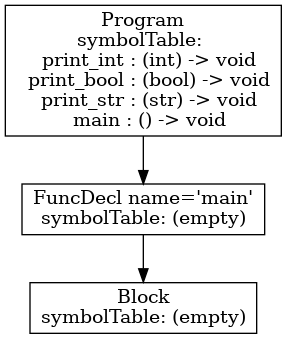
Before: p3-analysis/ast.png, a diagram exported from Graphviz (tran3jm/f22_compilers). Its source is kept beside it as p3-analysis/ast.dot.
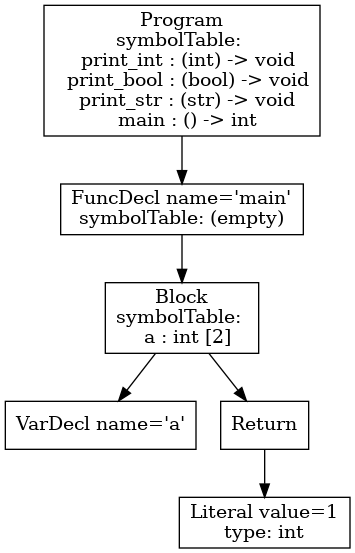
The same diagram one commit later.

Change to the diagram source:
```diff
@@ -1,7 +1,13 @@
 digraph AST {
-2 [shape=box, label="Block\nsymbolTable: (empty)"];
+3 [shape=box, label="VarDecl name='a'"];
+5 [shape=box, label="Literal value=1\ntype: int"];
+4 [shape=box, label="Return"];
+4 -> 5;
+2 [shape=box, label="Block\nsymbolTable: \n  a : int [2]"];
+2 -> 3;
+2 -> 4;
 1 [shape=box, label="FuncDecl name='main'\nsymbolTable: (empty)"];
 1 -> 2;
-0 [shape=box, label="Program\nsymbolTable: \n  print_int : (int) -> void\n  print_bool : (bool) -> void\n  print_str : (str) -> void\n  main : () -> void"];
+0 [shape=box, label="Program\nsymbolTable: \n  print_int : (int) -> void\n  print_bool : (bool) -> void\n  print_str : (str) -> void\n  main : () -> int"];
 0 -> 1;
 }
```
